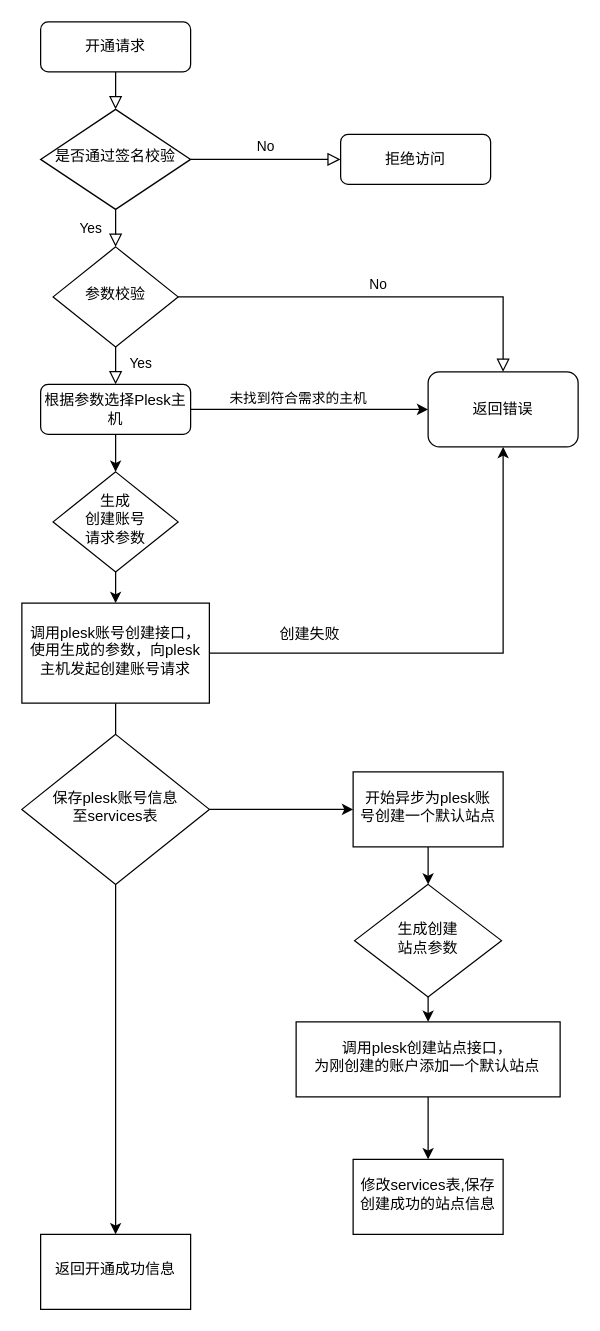
Above: 未命名绘图.drawio in xinyi852/demo (draw.io), before the change. Source tidied: cells renumbered, new cells numbered last; positions are measured from the earlier drawing's top-left corner, leaving out a move shared by most shapes. Both pictures are drawn from the tidied source at 125%, with x=0, y=0 at pixel (21, 21).
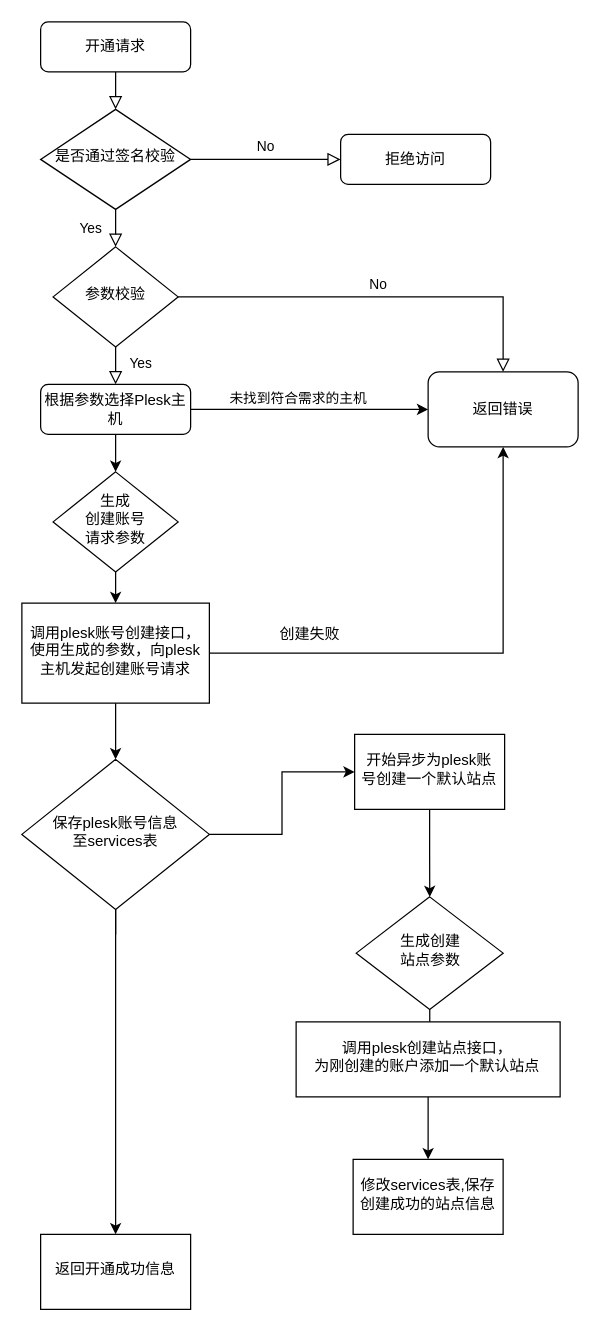
After the change.

Commit message:
plesk开通接口流程.drawio

Unchanged cells that the change refers to:
```xml
<mxCell id="20" value="调用plesk账号创建接口，使用生成的参数，向plesk主机发起创建账号请求" style="whiteSpace=wrap;html=1;shadow=0;strokeWidth=1;spacing=6;spacingTop=-4;" parent="1" vertex="1">
  <mxGeometry y="465" width="150" height="80" as="geometry" />
</mxCell>
```

Change to the diagram source:
```diff
@@
-    <mxCell id="19" style="edgeStyle=orthogonalEdgeStyle;rounded=0;jettySize=auto;html=1;" parent="1" edge="1" source="20">
+    <mxCell id="19" style="edgeStyle=orthogonalEdgeStyle;rounded=0;jettySize=auto;html=1;" parent="1" edge="1" source="24">
       <mxGeometry relative="1" as="geometry">
         <mxPoint x="75" y="650" as="targetPoint" />
       </mxGeometry>
     </mxCell>
@@
-    <mxCell id="23" style="edgeStyle=orthogonalEdgeStyle;rounded=0;jettySize=auto;html=1;" parent="1" edge="1" source="24" target="27">
-      <mxGeometry relative="1" as="geometry" />
-    </mxCell>
-    <mxCell id="24" value="保存plesk账号信息&lt;br&gt;至services表" style="rhombus;whiteSpace=wrap;html=1;shadow=0;fontFamily=Helvetica;fontSize=12;align=center;strokeWidth=1;spacing=6;spacingTop=-4;" parent="1" vertex="1">
-      <mxGeometry y="570" width="150" height="120" as="geometry" />
-    </mxCell>
@@
     <mxCell id="27" value="开始异步为plesk账号创建一个默认站点" style="whiteSpace=wrap;html=1;shadow=0;strokeWidth=1;spacing=6;spacingTop=-4;" parent="1" vertex="1">
-      <mxGeometry x="265" y="600" width="120" height="60" as="geometry" />
+      <mxGeometry x="266.2" y="570" width="120" height="60" as="geometry" />
     </mxCell>
@@
     <mxCell id="29" value="生成创建&lt;br&gt;站点参数" style="rhombus;whiteSpace=wrap;html=1;shadow=0;fontFamily=Helvetica;fontSize=12;align=center;strokeWidth=1;spacing=6;spacingTop=-4;" parent="1" vertex="1">
-      <mxGeometry x="266.2" y="690" width="117.5" height="90" as="geometry" />
+      <mxGeometry x="267.5" y="700" width="117.5" height="90" as="geometry" />
     </mxCell>
@@
+    <mxCell id="33" style="edgeStyle=orthogonalEdgeStyle;rounded=0;jettySize=auto;html=1;" parent="1" edge="1" source="20" target="24">
+      <mxGeometry relative="1" as="geometry" />
+    </mxCell>
+    <mxCell id="23" style="edgeStyle=orthogonalEdgeStyle;rounded=0;jettySize=auto;html=1;" parent="1" edge="1" source="24" target="27">
+      <mxGeometry relative="1" as="geometry" />
+    </mxCell>
+    <mxCell id="24" value="保存plesk账号信息&lt;br&gt;至services表" style="rhombus;whiteSpace=wrap;html=1;shadow=0;fontFamily=Helvetica;fontSize=12;align=center;strokeWidth=1;spacing=6;spacingTop=-4;" parent="1" vertex="1">
+      <mxGeometry y="590" width="150" height="120" as="geometry" />
+    </mxCell>
```
